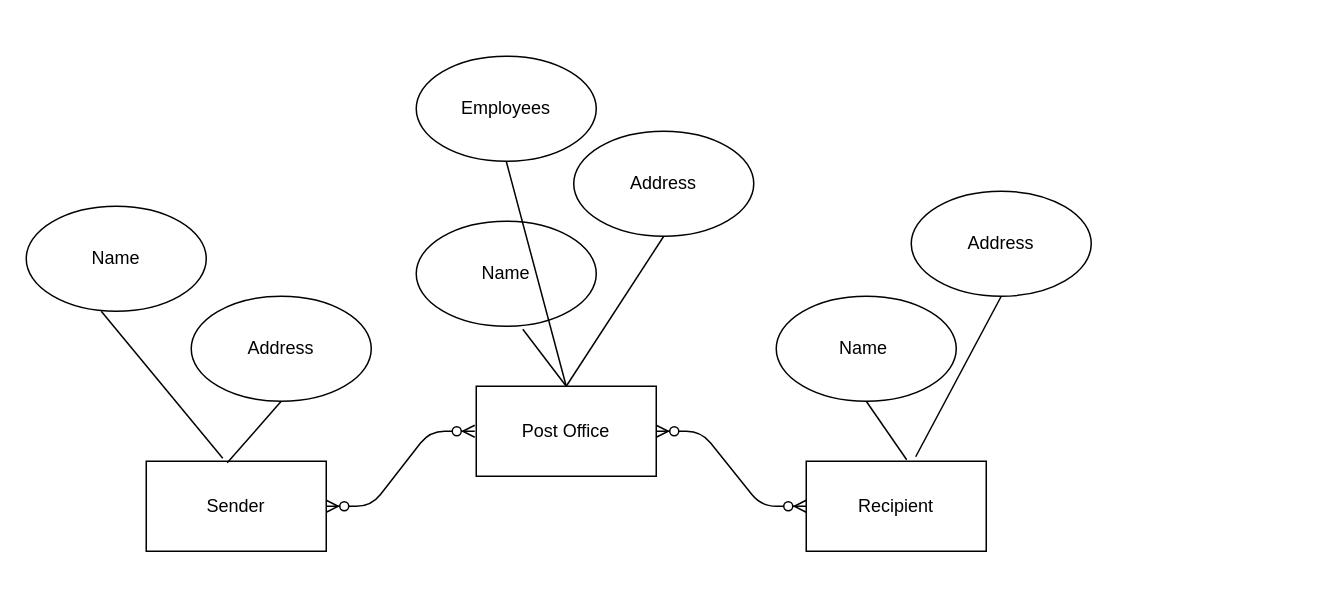
Above: page "Page-2" (2 of 4) of Untitled Diagram.drawio in kblankenhorn/CFLMS-KimberleyB-CodeReview-09 (draw.io), before the change. Source tidied: cells renumbered, new cells numbered last; positions are measured from the earlier drawing's top-left corner, leaving out a move shared by most shapes. Both pictures are drawn from the tidied source at 150%, with x=0, y=0 at pixel (26, 56).
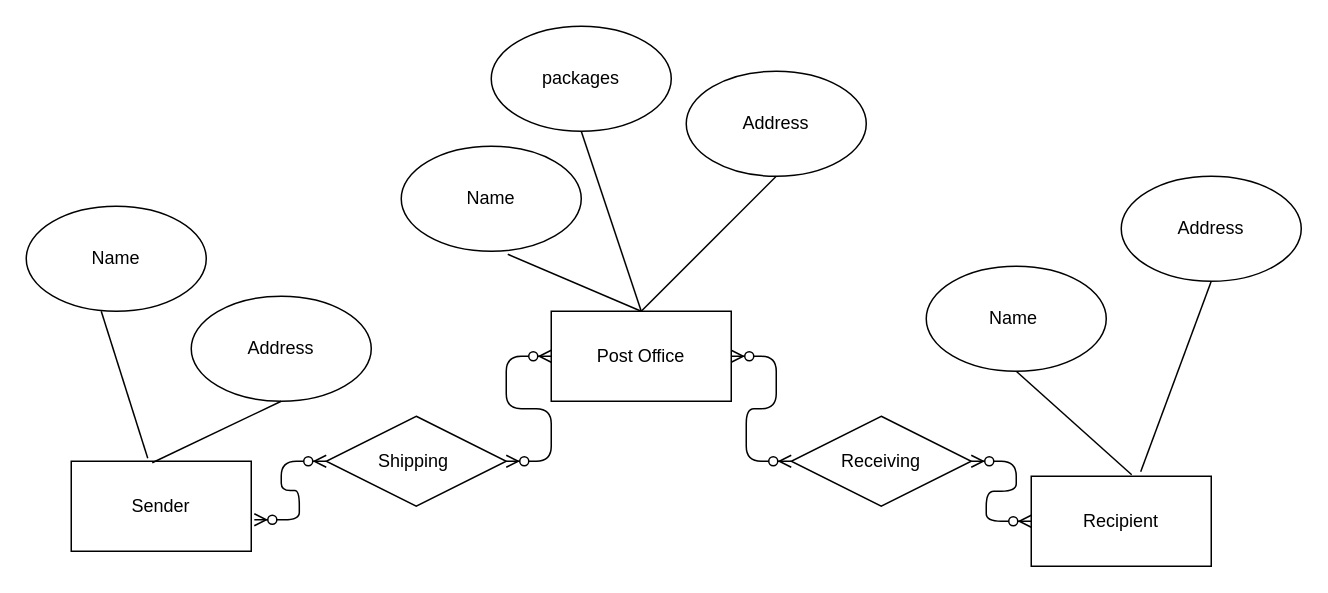
Above is the later version.

What changed in the source:
```diff
@@
     <mxCell id="2" value="Post Office" style="rounded=0;whiteSpace=wrap;html=1;" parent="1" vertex="1">
-      <mxGeometry x="300" y="220" width="120" height="60" as="geometry" />
+      <mxGeometry x="350" y="170" width="120" height="60" as="geometry" />
     </mxCell>
     <mxCell id="3" value="Sender" style="rounded=0;whiteSpace=wrap;html=1;" parent="1" vertex="1">
-      <mxGeometry x="80" y="270" width="120" height="60" as="geometry" />
+      <mxGeometry x="30" y="270" width="120" height="60" as="geometry" />
     </mxCell>
     <mxCell id="4" value="Recipient" style="rounded=0;whiteSpace=wrap;html=1;" parent="1" vertex="1">
-      <mxGeometry x="520" y="270" width="120" height="60" as="geometry" />
+      <mxGeometry x="670" y="280" width="120" height="60" as="geometry" />
     </mxCell>
@@
     <mxCell id="6" value="Name" style="ellipse;whiteSpace=wrap;html=1;" parent="1" vertex="1">
-      <mxGeometry x="260" y="110" width="120" height="70" as="geometry" />
+      <mxGeometry x="250" y="60" width="120" height="70" as="geometry" />
     </mxCell>
     <mxCell id="7" value="Address" style="ellipse;whiteSpace=wrap;html=1;" parent="1" vertex="1">
-      <mxGeometry x="365" y="50" width="120" height="70" as="geometry" />
+      <mxGeometry x="440" y="10" width="120" height="70" as="geometry" />
     </mxCell>
     <mxCell id="8" value="Name&amp;nbsp;" style="ellipse;whiteSpace=wrap;html=1;" parent="1" vertex="1">
-      <mxGeometry x="500" y="160" width="120" height="70" as="geometry" />
+      <mxGeometry x="600" y="140" width="120" height="70" as="geometry" />
     </mxCell>
     <mxCell id="9" value="Address" style="ellipse;whiteSpace=wrap;html=1;" parent="1" vertex="1">
-      <mxGeometry x="590" y="90" width="120" height="70" as="geometry" />
+      <mxGeometry x="730" y="80" width="120" height="70" as="geometry" />
     </mxCell>
@@
-    <mxCell id="17" value="Employees" style="ellipse;whiteSpace=wrap;html=1;" parent="1" vertex="1">
-      <mxGeometry x="260" width="120" height="70" as="geometry" />
+    <mxCell id="17" value="packages" style="ellipse;whiteSpace=wrap;html=1;" parent="1" vertex="1">
+      <mxGeometry x="310" y="-20" width="120" height="70" as="geometry" />
     </mxCell>
@@
-    <mxCell id="19" style="edgeStyle=entityRelationEdgeStyle;fontSize=12;html=1;endArrow=ERzeroToMany;endFill=1;startArrow=ERzeroToMany;exitX=1;exitY=0.5;exitDx=0;exitDy=0;" parent="1" edge="1" source="3">
-      <mxGeometry relative="1" as="geometry">
-        <mxPoint x="299" y="250" as="targetPoint" />
-      </mxGeometry>
-    </mxCell>
-    <mxCell id="20" style="edgeStyle=entityRelationEdgeStyle;fontSize=12;html=1;endArrow=ERzeroToMany;endFill=1;startArrow=ERzeroToMany;entryX=1;entryY=0.5;entryDx=0;entryDy=0;exitX=0;exitY=0.5;exitDx=0;exitDy=0;" parent="1" edge="1" source="4" target="2">
-      <mxGeometry relative="1" as="geometry" />
-    </mxCell>
+    <mxCell id="21" value="Shipping&amp;nbsp;" style="shape=rhombus;perimeter=rhombusPerimeter;whiteSpace=wrap;html=1;align=center;" parent="1" vertex="1">
+      <mxGeometry x="200" y="240" width="120" height="60" as="geometry" />
+    </mxCell>
+    <mxCell id="22" value="Receiving" style="shape=rhombus;perimeter=rhombusPerimeter;whiteSpace=wrap;html=1;align=center;" parent="1" vertex="1">
+      <mxGeometry x="510" y="240" width="120" height="60" as="geometry" />
+    </mxCell>
+    <mxCell id="23" style="edgeStyle=entityRelationEdgeStyle;fontSize=12;html=1;endArrow=ERzeroToMany;endFill=1;startArrow=ERzeroToMany;entryX=0;entryY=0.5;entryDx=0;entryDy=0;exitX=1;exitY=0.5;exitDx=0;exitDy=0;" parent="1" edge="1" source="22" target="4">
+      <mxGeometry relative="1" as="geometry" />
+    </mxCell>
+    <mxCell id="24" style="edgeStyle=entityRelationEdgeStyle;fontSize=12;html=1;endArrow=ERzeroToMany;endFill=1;startArrow=ERzeroToMany;entryX=0;entryY=0.5;entryDx=0;entryDy=0;exitX=1;exitY=0.5;exitDx=0;exitDy=0;" parent="1" edge="1" target="22">
+      <mxGeometry relative="1" as="geometry">
+        <mxPoint x="470" y="200" as="sourcePoint" />
+      </mxGeometry>
+    </mxCell>
+    <mxCell id="25" style="edgeStyle=entityRelationEdgeStyle;fontSize=12;html=1;endArrow=ERzeroToMany;endFill=1;startArrow=ERzeroToMany;entryX=1;entryY=0.5;entryDx=0;entryDy=0;exitX=0;exitY=0.5;exitDx=0;exitDy=0;" parent="1" edge="1" source="2" target="21">
+      <mxGeometry relative="1" as="geometry" />
+    </mxCell>
+    <mxCell id="26" style="edgeStyle=entityRelationEdgeStyle;fontSize=12;html=1;endArrow=ERzeroToMany;endFill=1;startArrow=ERzeroToMany;entryX=1.017;entryY=0.65;entryDx=0;entryDy=0;exitX=0;exitY=0.5;exitDx=0;exitDy=0;entryPerimeter=0;" parent="1" edge="1" source="21" target="3">
+      <mxGeometry relative="1" as="geometry" />
+    </mxCell>
```
